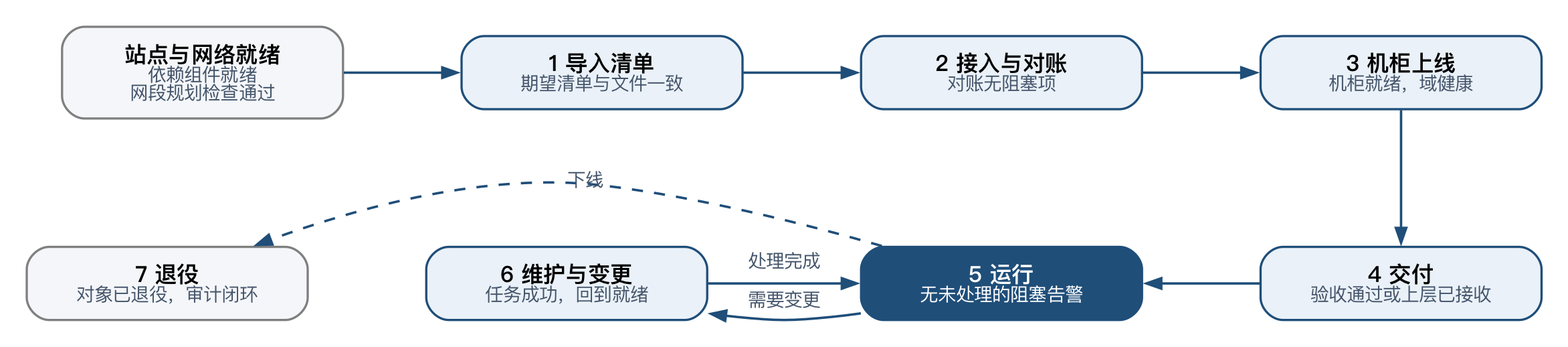
DaoCloud/PXEye keeps this Graphviz diagram as docs/design/figures/workflow.png. Above is the earlier version. Its source is kept beside it as docs/design/figures/workflow.dot. Source of this version:
```dot
digraph G {
  graph [rankdir=TB, fontname="PingFang SC", nodesep=0.45, ranksep=0.75, bgcolor="white", pad=0.2];
  node  [shape=box, style="rounded,filled", fontname="PingFang SC", fontsize=12, color="#1F4E79", fillcolor="#EAF1F8", penwidth=1.2, margin="0.16,0.12", width=2.1];
  edge  [fontname="PingFang SC", fontsize=10, color="#1F4E79", fontcolor="#44546A", arrowsize=0.8, penwidth=1.3];
  s0 [fillcolor="#F4F6F9", color="#7F7F7F", label=<<b>站点与网络就绪</b><br/><font point-size="10" color="#44546A">依赖组件就绪<br/>网段规划检查通过</font>>];
  s1 [label=<<b>1 导入清单</b><br/><font point-size="10" color="#44546A">期望清单与文件一致</font>>];
  s2 [label=<<b>2 接入与对账</b><br/><font point-size="10" color="#44546A">对账无阻塞项</font>>];
  s3 [label=<<b>3 机柜上线</b><br/><font point-size="10" color="#44546A">机柜就绪，域健康</font>>];
  s4 [label=<<b>4 交付</b><br/><font point-size="10" color="#44546A">验收通过或上层已接收</font>>];
  s5 [fillcolor="#1F4E79", fontcolor="white", label=<<b>5 运行</b><br/><font point-size="10">无未处理的阻塞告警</font>>];
  s6 [label=<<b>6 维护与变更</b><br/><font point-size="10" color="#44546A">任务成功，回到就绪</font>>];
  s7 [fillcolor="#F4F6F9", color="#7F7F7F", label=<<b>7 退役</b><br/><font point-size="10" color="#44546A">对象已退役，审计闭环</font>>];
  {rank=same; s0 -> s1 -> s2 -> s3}
  s3 -> s4;
  {rank=same; s7 -> s6 [style=invis]; s6 -> s5 [label="  处理完成  "]; s5 -> s4 [dir=back]}
  s5 -> s6 [label="  需要变更  ", constraint=false];
  s5 -> s7 [constraint=false, style=dashed, label="下线"];
}
```
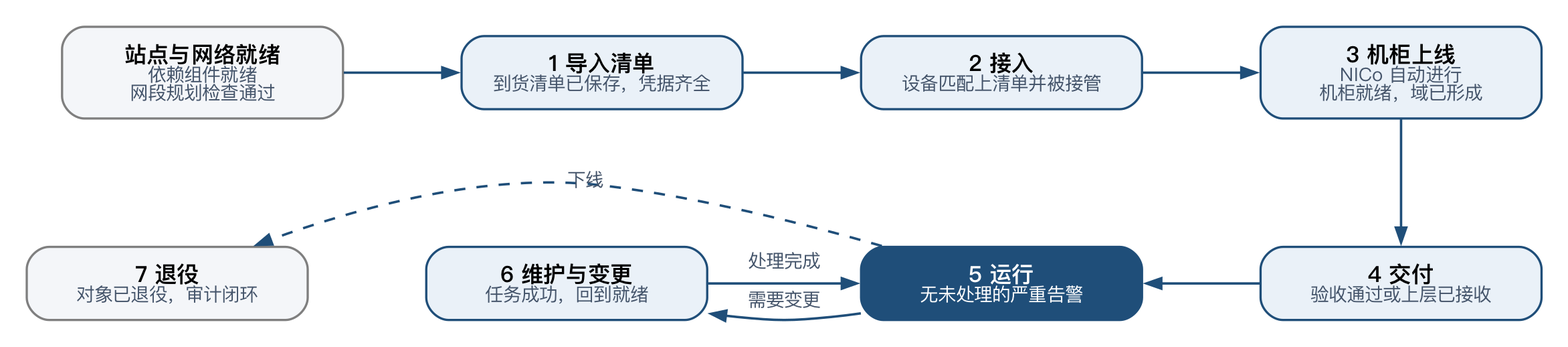
The same file after the commit.

Change to the diagram source:
```diff
@@ -3,11 +3,11 @@
   node  [shape=box, style="rounded,filled", fontname="PingFang SC", fontsize=12, color="#1F4E79", fillcolor="#EAF1F8", penwidth=1.2, margin="0.16,0.12", width=2.1];
   edge  [fontname="PingFang SC", fontsize=10, color="#1F4E79", fontcolor="#44546A", arrowsize=0.8, penwidth=1.3];
   s0 [fillcolor="#F4F6F9", color="#7F7F7F", label=<<b>站点与网络就绪</b><br/><font point-size="10" color="#44546A">依赖组件就绪<br/>网段规划检查通过</font>>];
-  s1 [label=<<b>1 导入清单</b><br/><font point-size="10" color="#44546A">期望清单与文件一致</font>>];
-  s2 [label=<<b>2 接入与对账</b><br/><font point-size="10" color="#44546A">对账无阻塞项</font>>];
-  s3 [label=<<b>3 机柜上线</b><br/><font point-size="10" color="#44546A">机柜就绪，域健康</font>>];
+  s1 [label=<<b>1 导入清单</b><br/><font point-size="10" color="#44546A">到货清单已保存，凭据齐全</font>>];
+  s2 [label=<<b>2 接入</b><br/><font point-size="10" color="#44546A">设备匹配上清单并被接管</font>>];
+  s3 [label=<<b>3 机柜上线</b><br/><font point-size="10" color="#44546A">NICo 自动进行<br/>机柜就绪，域已形成</font>>];
   s4 [label=<<b>4 交付</b><br/><font point-size="10" color="#44546A">验收通过或上层已接收</font>>];
-  s5 [fillcolor="#1F4E79", fontcolor="white", label=<<b>5 运行</b><br/><font point-size="10">无未处理的阻塞告警</font>>];
+  s5 [fillcolor="#1F4E79", fontcolor="white", label=<<b>5 运行</b><br/><font point-size="10">无未处理的严重告警</font>>];
   s6 [label=<<b>6 维护与变更</b><br/><font point-size="10" color="#44546A">任务成功，回到就绪</font>>];
   s7 [fillcolor="#F4F6F9", color="#7F7F7F", label=<<b>7 退役</b><br/><font point-size="10" color="#44546A">对象已退役，审计闭环</font>>];
   {rank=same; s0 -> s1 -> s2 -> s3}
```
